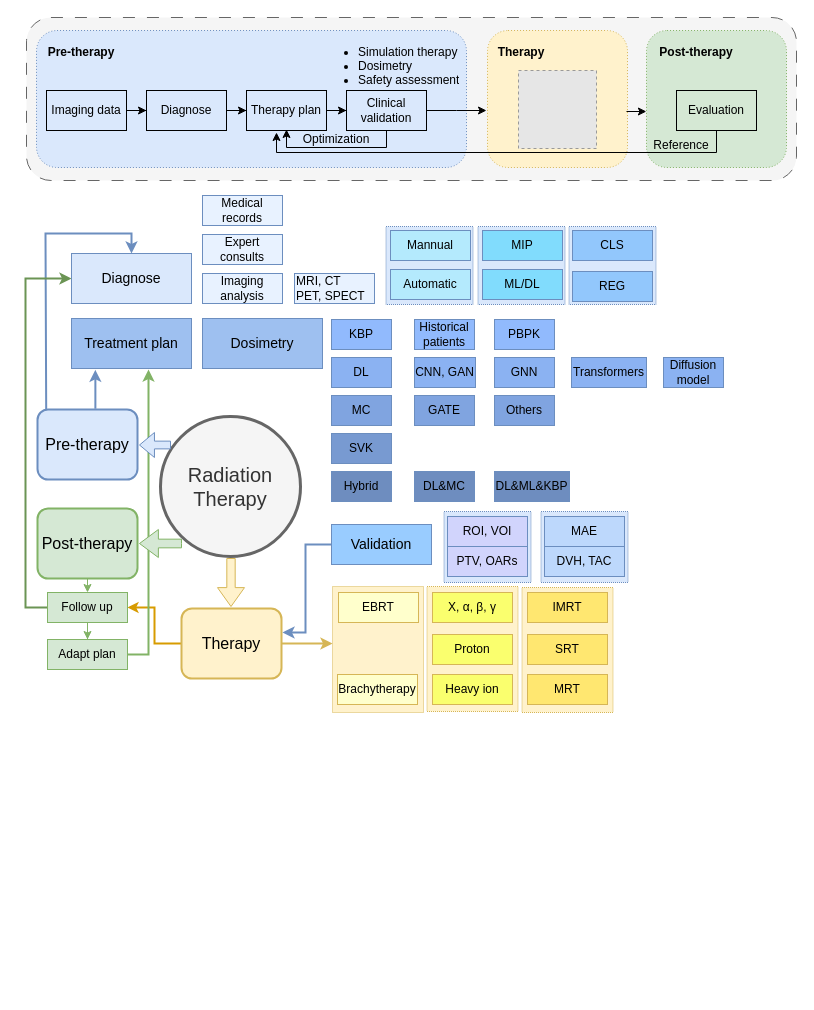
Before: page "survey" (4 of 5) of Fig_CS/source-file/work_treatment.drawio in jizhang02/Figure-Factory, a draw.io diagram. Source tidied: cells renumbered, new cells numbered last; positions are measured from the earlier drawing's top-left corner, leaving out a move shared by most shapes. Both pictures are drawn from the tidied source at 100%, with x=0, y=0 at pixel (25, 17). Pictures stored in the file or linked from it are replaced by grey dashed boxes.
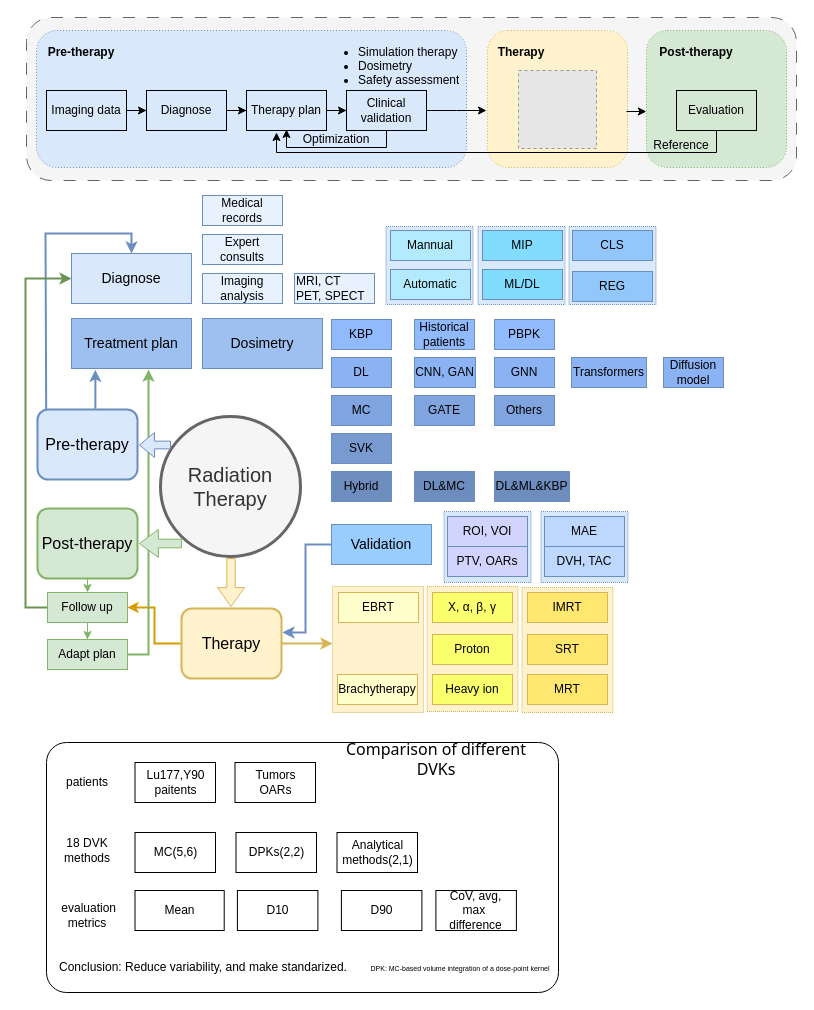
The same diagram, later.

The edit, as a diff of the source:
```diff
@@
+    <mxCell id="92" style="rounded=1;whiteSpace=wrap;html=1;arcSize=8;" parent="1" vertex="1">
+      <mxGeometry x="21" y="725" width="512" height="250" as="geometry" />
+    </mxCell>
@@
+    <mxCell id="93" value="18 DVK methods" style="text;html=1;strokeColor=none;fillColor=none;align=center;verticalAlign=middle;whiteSpace=wrap;rounded=0;" parent="1" vertex="1">
+      <mxGeometry x="32" y="818" width="60" height="30" as="geometry" />
+    </mxCell>
+    <mxCell id="94" value="MC(5,6)" style="rounded=0;whiteSpace=wrap;html=1;" parent="1" vertex="1">
+      <mxGeometry x="109.5" y="815" width="80.5" height="40" as="geometry" />
+    </mxCell>
+    <mxCell id="95" value="DPKs(2,2)" style="rounded=0;whiteSpace=wrap;html=1;" parent="1" vertex="1">
+      <mxGeometry x="210.5" y="815" width="80.5" height="40" as="geometry" />
+    </mxCell>
+    <mxCell id="96" value="Analytical methods(2,1)" style="rounded=0;whiteSpace=wrap;html=1;" parent="1" vertex="1">
+      <mxGeometry x="311.5" y="815" width="80.5" height="40" as="geometry" />
+    </mxCell>
+    <mxCell id="97" value="Lu177,Y90&lt;br&gt;paitents" style="rounded=0;whiteSpace=wrap;html=1;" parent="1" vertex="1">
+      <mxGeometry x="109.5" y="745" width="80.5" height="40" as="geometry" />
+    </mxCell>
+    <mxCell id="98" value="Tumors&lt;br&gt;OARs" style="rounded=0;whiteSpace=wrap;html=1;" parent="1" vertex="1">
+      <mxGeometry x="209.5" y="745" width="80.5" height="40" as="geometry" />
+    </mxCell>
+    <mxCell id="99" value="CoV, avg, max&amp;nbsp; difference" style="rounded=0;whiteSpace=wrap;html=1;" parent="1" vertex="1">
+      <mxGeometry x="410.4" y="873" width="80.5" height="40" as="geometry" />
+    </mxCell>
+    <mxCell id="100" value="Mean" style="rounded=0;whiteSpace=wrap;html=1;" parent="1" vertex="1">
+      <mxGeometry x="109.5" y="873" width="89.2" height="40" as="geometry" />
+    </mxCell>
+    <mxCell id="101" value="D10" style="rounded=0;whiteSpace=wrap;html=1;" parent="1" vertex="1">
+      <mxGeometry x="211.9" y="873" width="80.5" height="40" as="geometry" />
+    </mxCell>
+    <mxCell id="102" value="D90" style="rounded=0;whiteSpace=wrap;html=1;" parent="1" vertex="1">
+      <mxGeometry x="315.9" y="873" width="80.5" height="40" as="geometry" />
+    </mxCell>
+    <mxCell id="103" value="&amp;nbsp;evaluation metrics" style="text;html=1;strokeColor=none;fillColor=none;align=center;verticalAlign=middle;whiteSpace=wrap;rounded=0;" parent="1" vertex="1">
+      <mxGeometry x="32" y="883" width="60" height="30" as="geometry" />
+    </mxCell>
+    <mxCell id="104" value="Conclusion: Reduce variability, and make standarized." style="text;html=1;strokeColor=none;fillColor=none;align=left;verticalAlign=middle;whiteSpace=wrap;rounded=0;" parent="1" vertex="1">
+      <mxGeometry x="32" y="935" width="529" height="30" as="geometry" />
+    </mxCell>
+    <mxCell id="105" value="patients" style="text;html=1;strokeColor=none;fillColor=none;align=center;verticalAlign=middle;whiteSpace=wrap;rounded=0;" parent="1" vertex="1">
+      <mxGeometry x="32" y="750" width="60" height="30" as="geometry" />
+    </mxCell>
+    <mxCell id="106" value="Comparison of different DVKs" style="text;html=1;strokeColor=none;fillColor=none;align=center;verticalAlign=middle;whiteSpace=wrap;rounded=0;fontSize=16;fontFamily=Tahoma;" parent="1" vertex="1">
+      <mxGeometry x="301" y="727" width="220" height="30" as="geometry" />
+    </mxCell>
+    <mxCell id="107" value="&lt;font style=&quot;font-size: 7px;&quot;&gt;DPK: MC-based volume integration of a dose-point kernel&lt;/font&gt;" style="text;html=1;strokeColor=none;fillColor=none;align=center;verticalAlign=middle;whiteSpace=wrap;rounded=0;" parent="1" vertex="1">
+      <mxGeometry x="340" y="935" width="190" height="30" as="geometry" />
+    </mxCell>
```
